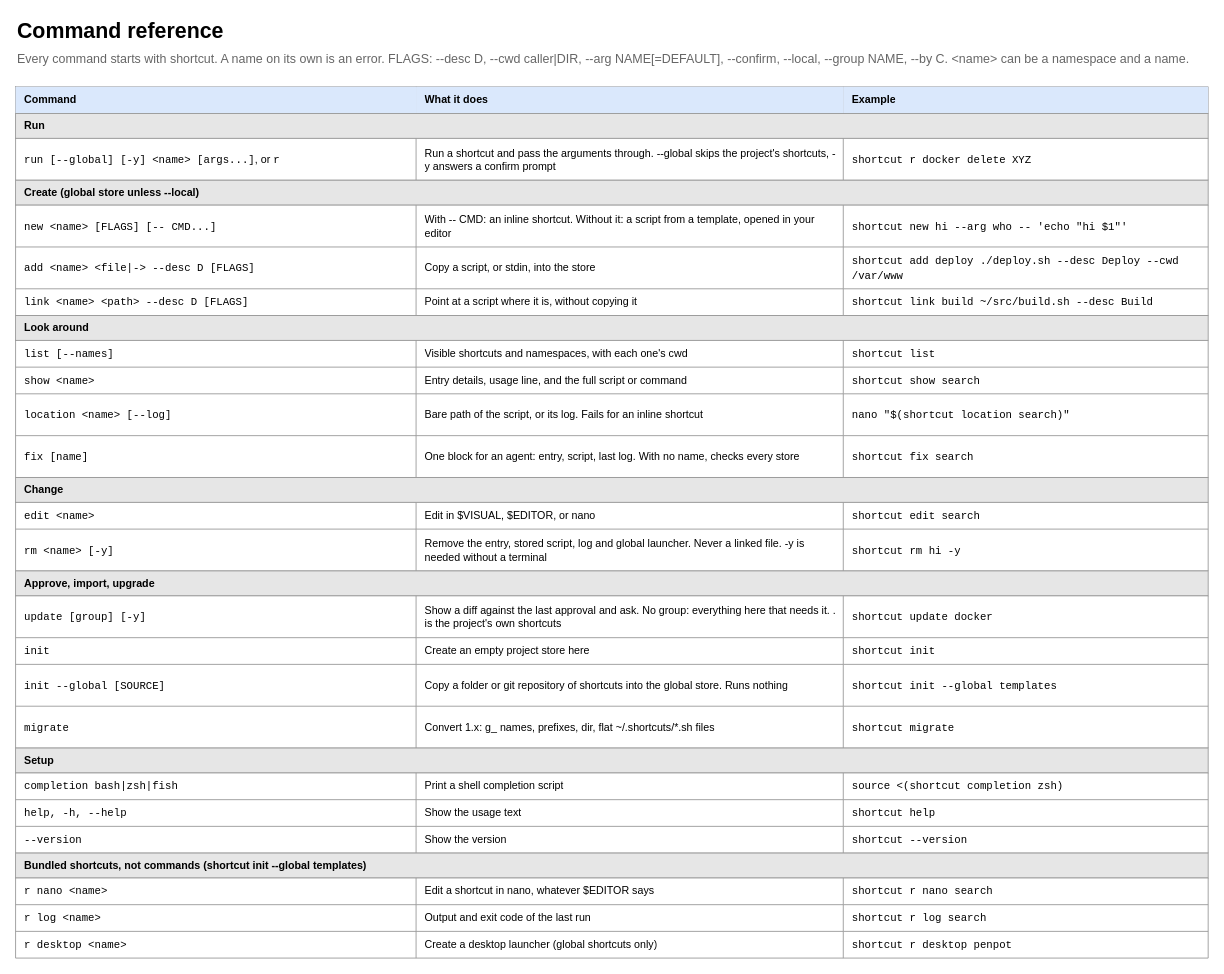
Above: page "4 Commands" (4 of 5) of docs/shortcut-overview.drawio in StanLukuvka/Shortcut (draw.io), before the change. Source tidied: cells renumbered, new cells numbered last; positions are measured from the earlier drawing's top-left corner, leaving out a move shared by most shapes. Both pictures are drawn from the tidied source at 89%, with x=0, y=0 at pixel (15, 15).
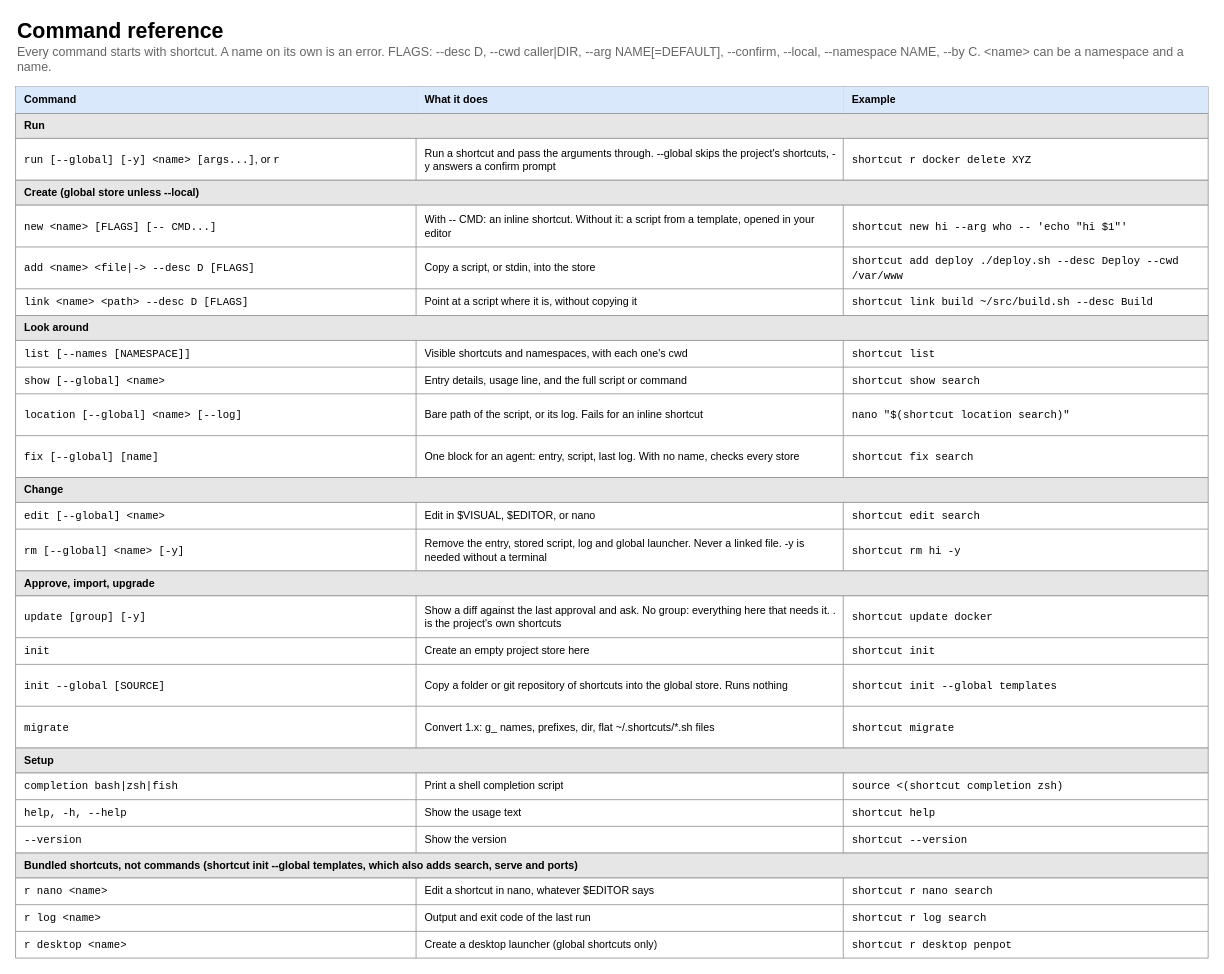
After the change.

Commit message (it also covers changes not shown here):
Apply the overall review and rename --group to --namespace

Unchanged cells that the change refers to:
```xml
<mxCell id="31" style="shape=tableRow;horizontal=0;startSize=0;swimlaneHead=0;swimlaneBody=0;strokeColor=inherit;top=0;left=0;bottom=0;right=0;fillColor=none;html=1;" parent="30" vertex="1">
  <mxGeometry width="1340" height="30" as="geometry" />
</mxCell>
<mxCell id="35" style="shape=tableRow;horizontal=0;startSize=0;swimlaneHead=0;swimlaneBody=0;strokeColor=inherit;top=0;left=0;bottom=0;right=0;fillColor=none;html=1;" parent="30" vertex="1">
  <mxGeometry y="30" width="1340" height="30" as="geometry" />
</mxCell>
<mxCell id="39" style="shape=tableRow;horizontal=0;startSize=0;swimlaneHead=0;swimlaneBody=0;strokeColor=inherit;top=0;left=0;bottom=0;right=0;fillColor=none;html=1;" parent="30" vertex="1">
  <mxGeometry y="60" width="1340" height="47" as="geometry" />
</mxCell>
<mxCell id="43" style="shape=tableRow;horizontal=0;startSize=0;swimlaneHead=0;swimlaneBody=0;strokeColor=inherit;top=0;left=0;bottom=0;right=0;fillColor=none;html=1;" parent="30" vertex="1">
  <mxGeometry y="107" width="1340" height="47" as="geometry" />
</mxCell>
<mxCell id="49" style="shape=tableRow;horizontal=0;startSize=0;swimlaneHead=0;swimlaneBody=0;strokeColor=inherit;top=0;left=0;bottom=0;right=0;fillColor=none;html=1;" parent="48" vertex="1">
  <mxGeometry width="1340" height="30" as="geometry" />
</mxCell>
<mxCell id="53" style="shape=tableRow;horizontal=0;startSize=0;swimlaneHead=0;swimlaneBody=0;strokeColor=inherit;top=0;left=0;bottom=0;right=0;fillColor=none;html=1;" parent="48" vertex="1">
  <mxGeometry y="30" width="1340" height="47" as="geometry" />
</mxCell>
```

Change to the diagram source:
```diff
@@
-    <mxCell id="3" value="Every command starts with shortcut. A name on its own is an error. FLAGS: --desc D, --cwd caller|DIR, --arg NAME[=DEFAULT], --confirm, --local, --group NAME, --by C. &amp;lt;name&amp;gt; can be a namespace and a name." style="text;html=1;align=left;verticalAlign=middle;fontSize=14;fontColor=#666666;strokeColor=none;fillColor=none;whiteSpace=wrap;" parent="1" vertex="1">
+    <mxCell id="3" value="Every command starts with shortcut. A name on its own is an error. FLAGS: --desc D, --cwd caller|DIR, --arg NAME[=DEFAULT], --confirm, --local, --namespace NAME, --by C. &amp;lt;name&amp;gt; can be a namespace and a name." style="text;html=1;align=left;verticalAlign=middle;fontSize=14;fontColor=#666666;strokeColor=none;fillColor=none;whiteSpace=wrap;" parent="1" vertex="1">
       <mxGeometry y="36" width="1340" height="26" as="geometry" />
     </mxCell>
@@
-    <mxCell id="32" value="&lt;font face=&quot;monospace&quot;&gt;list [--names]&lt;/font&gt;" style="shape=partialRectangle;html=1;whiteSpace=wrap;strokeColor=inherit;overflow=hidden;fillColor=none;top=0;left=0;bottom=0;right=0;align=left;verticalAlign=middle;spacingLeft=8;spacingRight=6;fontSize=12;" parent="31" vertex="1">
+    <mxCell id="32" value="&lt;font face=&quot;monospace&quot;&gt;list [--names [NAMESPACE]]&lt;/font&gt;" style="shape=partialRectangle;html=1;whiteSpace=wrap;strokeColor=inherit;overflow=hidden;fillColor=none;top=0;left=0;bottom=0;right=0;align=left;verticalAlign=middle;spacingLeft=8;spacingRight=6;fontSize=12;" parent="31" vertex="1">
       <mxGeometry width="450" height="30" as="geometry" />
     </mxCell>
@@
-    <mxCell id="36" value="&lt;font face=&quot;monospace&quot;&gt;show &amp;lt;name&amp;gt;&lt;/font&gt;" style="shape=partialRectangle;html=1;whiteSpace=wrap;strokeColor=inherit;overflow=hidden;fillColor=none;top=0;left=0;bottom=0;right=0;align=left;verticalAlign=middle;spacingLeft=8;spacingRight=6;fontSize=12;" parent="35" vertex="1">
+    <mxCell id="36" value="&lt;font face=&quot;monospace&quot;&gt;show [--global] &amp;lt;name&amp;gt;&lt;/font&gt;" style="shape=partialRectangle;html=1;whiteSpace=wrap;strokeColor=inherit;overflow=hidden;fillColor=none;top=0;left=0;bottom=0;right=0;align=left;verticalAlign=middle;spacingLeft=8;spacingRight=6;fontSize=12;" parent="35" vertex="1">
       <mxGeometry width="450" height="30" as="geometry" />
     </mxCell>
@@
-    <mxCell id="40" value="&lt;font face=&quot;monospace&quot;&gt;location &amp;lt;name&amp;gt; [--log]&lt;/font&gt;" style="shape=partialRectangle;html=1;whiteSpace=wrap;strokeColor=inherit;overflow=hidden;fillColor=none;top=0;left=0;bottom=0;right=0;align=left;verticalAlign=middle;spacingLeft=8;spacingRight=6;fontSize=12;" parent="39" vertex="1">
+    <mxCell id="40" value="&lt;font face=&quot;monospace&quot;&gt;location [--global] &amp;lt;name&amp;gt; [--log]&lt;/font&gt;" style="shape=partialRectangle;html=1;whiteSpace=wrap;strokeColor=inherit;overflow=hidden;fillColor=none;top=0;left=0;bottom=0;right=0;align=left;verticalAlign=middle;spacingLeft=8;spacingRight=6;fontSize=12;" parent="39" vertex="1">
       <mxGeometry width="450" height="47" as="geometry" />
     </mxCell>
@@
-    <mxCell id="44" value="&lt;font face=&quot;monospace&quot;&gt;fix [name]&lt;/font&gt;" style="shape=partialRectangle;html=1;whiteSpace=wrap;strokeColor=inherit;overflow=hidden;fillColor=none;top=0;left=0;bottom=0;right=0;align=left;verticalAlign=middle;spacingLeft=8;spacingRight=6;fontSize=12;" parent="43" vertex="1">
+    <mxCell id="44" value="&lt;font face=&quot;monospace&quot;&gt;fix [--global] [name]&lt;/font&gt;" style="shape=partialRectangle;html=1;whiteSpace=wrap;strokeColor=inherit;overflow=hidden;fillColor=none;top=0;left=0;bottom=0;right=0;align=left;verticalAlign=middle;spacingLeft=8;spacingRight=6;fontSize=12;" parent="43" vertex="1">
       <mxGeometry width="450" height="47" as="geometry" />
     </mxCell>
@@
-    <mxCell id="50" value="&lt;font face=&quot;monospace&quot;&gt;edit &amp;lt;name&amp;gt;&lt;/font&gt;" style="shape=partialRectangle;html=1;whiteSpace=wrap;strokeColor=inherit;overflow=hidden;fillColor=none;top=0;left=0;bottom=0;right=0;align=left;verticalAlign=middle;spacingLeft=8;spacingRight=6;fontSize=12;" parent="49" vertex="1">
+    <mxCell id="50" value="&lt;font face=&quot;monospace&quot;&gt;edit [--global] &amp;lt;name&amp;gt;&lt;/font&gt;" style="shape=partialRectangle;html=1;whiteSpace=wrap;strokeColor=inherit;overflow=hidden;fillColor=none;top=0;left=0;bottom=0;right=0;align=left;verticalAlign=middle;spacingLeft=8;spacingRight=6;fontSize=12;" parent="49" vertex="1">
       <mxGeometry width="450" height="30" as="geometry" />
     </mxCell>
@@
-    <mxCell id="54" value="&lt;font face=&quot;monospace&quot;&gt;rm &amp;lt;name&amp;gt; [-y]&lt;/font&gt;" style="shape=partialRectangle;html=1;whiteSpace=wrap;strokeColor=inherit;overflow=hidden;fillColor=none;top=0;left=0;bottom=0;right=0;align=left;verticalAlign=middle;spacingLeft=8;spacingRight=6;fontSize=12;" parent="53" vertex="1">
+    <mxCell id="54" value="&lt;font face=&quot;monospace&quot;&gt;rm [--global] &amp;lt;name&amp;gt; [-y]&lt;/font&gt;" style="shape=partialRectangle;html=1;whiteSpace=wrap;strokeColor=inherit;overflow=hidden;fillColor=none;top=0;left=0;bottom=0;right=0;align=left;verticalAlign=middle;spacingLeft=8;spacingRight=6;fontSize=12;" parent="53" vertex="1">
       <mxGeometry width="450" height="47" as="geometry" />
     </mxCell>
@@
-    <mxCell id="89" value="&lt;b&gt;&lt;b&gt;Bundled shortcuts, not commands (shortcut init --global templates)&lt;/b&gt;&lt;/b&gt;" style="rounded=0;html=1;whiteSpace=wrap;strokeColor=#999999;fillColor=#e6e6e6;align=left;verticalAlign=middle;spacingLeft=8;fontSize=12;" parent="1" vertex="1">
+    <mxCell id="89" value="&lt;b&gt;&lt;b&gt;Bundled shortcuts, not commands (shortcut init --global templates, which also adds search, serve and ports)&lt;/b&gt;&lt;/b&gt;" style="rounded=0;html=1;whiteSpace=wrap;strokeColor=#999999;fillColor=#e6e6e6;align=left;verticalAlign=middle;spacingLeft=8;fontSize=12;" parent="1" vertex="1">
       <mxGeometry y="941" width="1340" height="28" as="geometry" />
     </mxCell>
```
